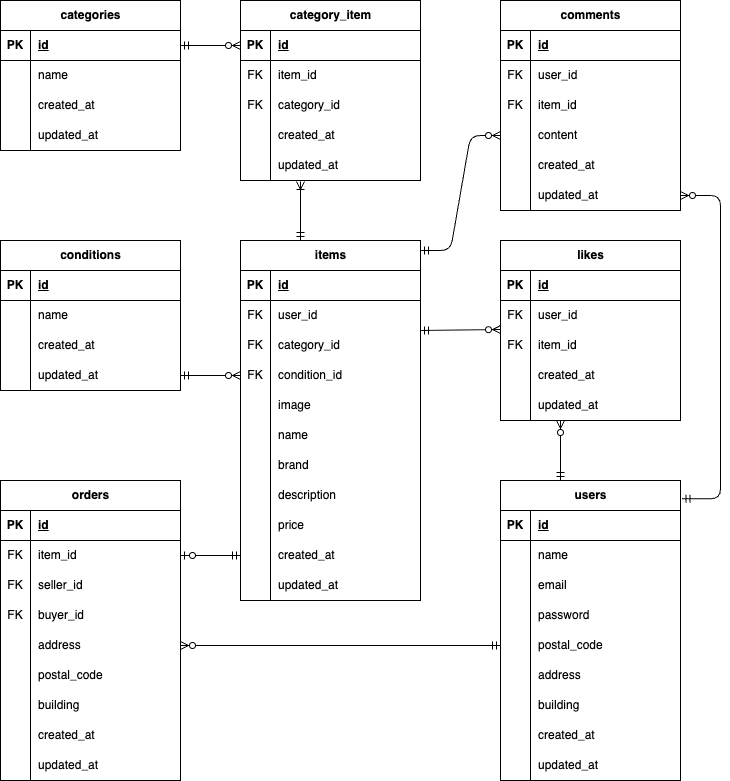
This is docs/er.drawio.png from YumiOotake/coachtech-flea-market-test, a draw.io export, as it was before one commit. Source tidied: cells renumbered, new cells last; positions are measured from the earlier drawing's top-left corner, leaving out a move shared by most shapes.
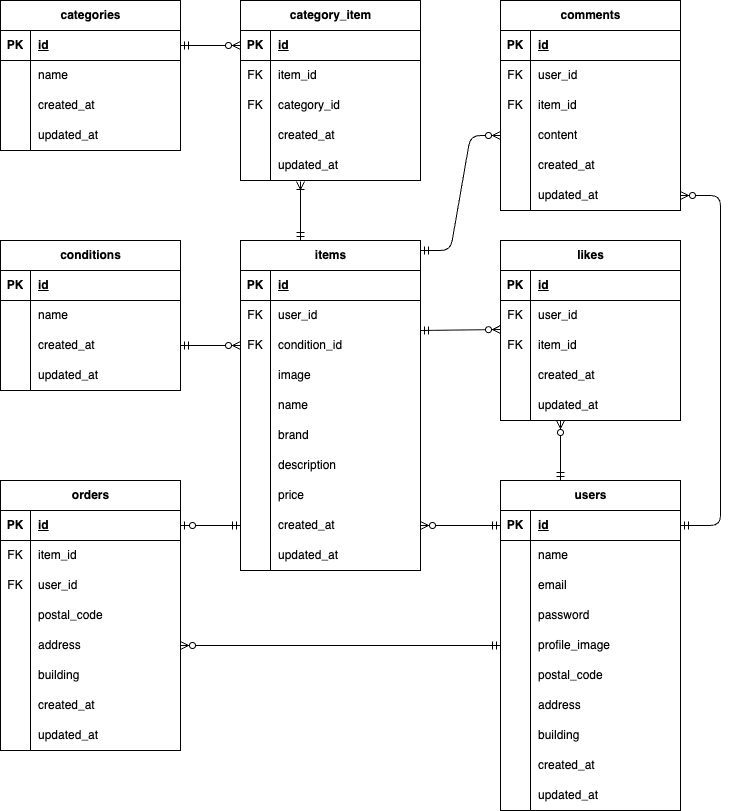
After the commit.

What changed in the source:
```diff
@@ -138,7 +138,7 @@
       <mxGeometry x="30" width="150" height="30" as="geometry" />
     </mxCell>
     <mxCell id="47" value="users" style="shape=table;startSize=30;rowLines=0;fontStyle=1;align=center;html=1;" parent="1" vertex="1">
-      <mxGeometry x="500" y="480" width="180" height="300" as="geometry" />
+      <mxGeometry x="500" y="480" width="180" height="330" as="geometry" />
     </mxCell>
     <mxCell id="48" style="shape=tableRow;horizontal=0;startSize=0;swimlaneHead=0;swimlaneBody=0;fillColor=none;points=[[0,0.5],[1,0.5]];portConstraint=eastwest;top=0;left=0;right=0;bottom=1;" parent="47" vertex="1">
       <mxGeometry y="30" width="180" height="30" as="geometry" />
@@ -182,7 +182,7 @@
     <mxCell id="61" style="shape=partialRectangle;fillColor=none;top=0;left=0;bottom=0;right=0;overflow=hidden;whiteSpace=wrap;html=1;" parent="60" vertex="1">
       <mxGeometry width="30" height="30" as="geometry" />
     </mxCell>
-    <mxCell id="62" value="postal_code" style="shape=partialRectangle;fillColor=none;top=0;left=0;bottom=0;right=0;align=left;spacingLeft=6;overflow=hidden;whiteSpace=wrap;html=1;" parent="60" vertex="1">
+    <mxCell id="62" value="profile_image" style="shape=partialRectangle;fillColor=none;top=0;left=0;bottom=0;right=0;align=left;spacingLeft=6;overflow=hidden;whiteSpace=wrap;html=1;" parent="60" vertex="1">
       <mxGeometry x="30" width="150" height="30" as="geometry" />
     </mxCell>
     <mxCell id="63" style="shape=tableRow;horizontal=0;startSize=0;swimlaneHead=0;swimlaneBody=0;fillColor=none;top=0;left=0;right=0;bottom=0;" parent="47" vertex="1">
@@ -191,7 +191,7 @@
     <mxCell id="64" style="shape=partialRectangle;fillColor=none;top=0;left=0;bottom=0;right=0;overflow=hidden;whiteSpace=wrap;html=1;" parent="63" vertex="1">
       <mxGeometry width="30" height="30" as="geometry" />
     </mxCell>
-    <mxCell id="65" value="address" style="shape=partialRectangle;fillColor=none;top=0;left=0;bottom=0;right=0;align=left;spacingLeft=6;overflow=hidden;whiteSpace=wrap;html=1;" parent="63" vertex="1">
+    <mxCell id="65" value="&lt;span style=&quot;color: rgb(0, 0, 0);&quot;&gt;postal_code&lt;/span&gt;" style="shape=partialRectangle;fillColor=none;top=0;left=0;bottom=0;right=0;align=left;spacingLeft=6;overflow=hidden;whiteSpace=wrap;html=1;" parent="63" vertex="1">
       <mxGeometry x="30" width="150" height="30" as="geometry" />
     </mxCell>
     <mxCell id="66" style="shape=tableRow;horizontal=0;startSize=0;swimlaneHead=0;swimlaneBody=0;fillColor=none;top=0;left=0;right=0;bottom=0;" parent="47" vertex="1">
@@ -200,7 +200,7 @@
     <mxCell id="67" style="shape=partialRectangle;fillColor=none;top=0;left=0;bottom=0;right=0;overflow=hidden;whiteSpace=wrap;html=1;" parent="66" vertex="1">
       <mxGeometry width="30" height="30" as="geometry" />
     </mxCell>
-    <mxCell id="68" value="building" style="shape=partialRectangle;fillColor=none;top=0;left=0;bottom=0;right=0;align=left;spacingLeft=6;overflow=hidden;whiteSpace=wrap;html=1;" parent="66" vertex="1">
+    <mxCell id="68" value="&lt;span style=&quot;color: rgb(0, 0, 0);&quot;&gt;address&lt;/span&gt;" style="shape=partialRectangle;fillColor=none;top=0;left=0;bottom=0;right=0;align=left;spacingLeft=6;overflow=hidden;whiteSpace=wrap;html=1;" parent="66" vertex="1">
       <mxGeometry x="30" width="150" height="30" as="geometry" />
     </mxCell>
     <mxCell id="69" style="shape=tableRow;horizontal=0;startSize=0;swimlaneHead=0;swimlaneBody=0;fillColor=none;top=0;left=0;right=0;bottom=0;" parent="47" vertex="1">
@@ -209,7 +209,7 @@
     <mxCell id="70" style="shape=partialRectangle;fillColor=none;top=0;left=0;bottom=0;right=0;overflow=hidden;whiteSpace=wrap;html=1;" parent="69" vertex="1">
       <mxGeometry width="30" height="30" as="geometry" />
     </mxCell>
-    <mxCell id="71" value="created_at" style="shape=partialRectangle;fillColor=none;top=0;left=0;bottom=0;right=0;align=left;spacingLeft=6;overflow=hidden;whiteSpace=wrap;html=1;" parent="69" vertex="1">
+    <mxCell id="71" value="&lt;span style=&quot;color: rgb(0, 0, 0);&quot;&gt;building&lt;/span&gt;" style="shape=partialRectangle;fillColor=none;top=0;left=0;bottom=0;right=0;align=left;spacingLeft=6;overflow=hidden;whiteSpace=wrap;html=1;" parent="69" vertex="1">
       <mxGeometry x="30" width="150" height="30" as="geometry" />
     </mxCell>
     <mxCell id="72" style="shape=tableRow;horizontal=0;startSize=0;swimlaneHead=0;swimlaneBody=0;fillColor=none;top=0;left=0;right=0;bottom=0;" parent="47" vertex="1">
@@ -218,11 +218,20 @@
     <mxCell id="73" style="shape=partialRectangle;fillColor=none;top=0;left=0;bottom=0;right=0;overflow=hidden;whiteSpace=wrap;html=1;" parent="72" vertex="1">
       <mxGeometry width="30" height="30" as="geometry" />
     </mxCell>
-    <mxCell id="74" value="updated_at" style="shape=partialRectangle;fillColor=none;top=0;left=0;bottom=0;right=0;align=left;spacingLeft=6;overflow=hidden;whiteSpace=wrap;html=1;" parent="72" vertex="1">
+    <mxCell id="74" value="&lt;span style=&quot;color: rgb(0, 0, 0);&quot;&gt;created_at&lt;/span&gt;" style="shape=partialRectangle;fillColor=none;top=0;left=0;bottom=0;right=0;align=left;spacingLeft=6;overflow=hidden;whiteSpace=wrap;html=1;" parent="72" vertex="1">
       <mxGeometry x="30" width="150" height="30" as="geometry" />
     </mxCell>
+    <mxCell id="178" style="shape=tableRow;horizontal=0;startSize=0;swimlaneHead=0;swimlaneBody=0;fillColor=none;top=0;left=0;right=0;bottom=0;" parent="47" vertex="1">
+      <mxGeometry y="300" width="180" height="30" as="geometry" />
+    </mxCell>
+    <mxCell id="179" style="shape=partialRectangle;fillColor=none;top=0;left=0;bottom=0;right=0;overflow=hidden;whiteSpace=wrap;html=1;" parent="178" vertex="1">
+      <mxGeometry width="30" height="30" as="geometry" />
+    </mxCell>
+    <mxCell id="180" value="&lt;span style=&quot;color: rgb(0, 0, 0);&quot;&gt;updated_at&lt;/span&gt;" style="shape=partialRectangle;fillColor=none;top=0;left=0;bottom=0;right=0;align=left;spacingLeft=6;overflow=hidden;whiteSpace=wrap;html=1;" parent="178" vertex="1">
+      <mxGeometry x="30" width="150" height="30" as="geometry" />
+    </mxCell>
     <mxCell id="75" value="items" style="shape=table;startSize=30;rowLines=0;fontStyle=1;align=center;html=1;" parent="1" vertex="1">
-      <mxGeometry x="240" y="240" width="180" height="360" as="geometry" />
+      <mxGeometry x="240" y="240" width="180" height="330" as="geometry" />
     </mxCell>
     <mxCell id="76" style="shape=tableRow;horizontal=0;startSize=0;swimlaneHead=0;swimlaneBody=0;fillColor=none;top=0;left=0;right=0;bottom=1;" parent="75" vertex="1">
       <mxGeometry y="30" width="180" height="30" as="geometry" />
@@ -242,17 +251,8 @@
     <mxCell id="81" value="user_id" style="shape=partialRectangle;fillColor=none;top=0;left=0;bottom=0;right=0;align=left;spacingLeft=6;overflow=hidden;whiteSpace=wrap;html=1;" parent="79" vertex="1">
       <mxGeometry x="30" width="150" height="30" as="geometry" />
     </mxCell>
-    <mxCell id="82" style="shape=tableRow;horizontal=0;startSize=0;swimlaneHead=0;swimlaneBody=0;fillColor=none;top=0;left=0;right=0;bottom=0;" parent="75" vertex="1">
-      <mxGeometry y="90" width="180" height="30" as="geometry" />
-    </mxCell>
-    <mxCell id="83" value="FK" style="shape=partialRectangle;fillColor=none;top=0;left=0;bottom=0;right=0;overflow=hidden;whiteSpace=wrap;html=1;" parent="82" vertex="1">
-      <mxGeometry width="30" height="30" as="geometry" />
-    </mxCell>
-    <mxCell id="84" value="category_id" style="shape=partialRectangle;fillColor=none;top=0;left=0;bottom=0;right=0;align=left;spacingLeft=6;overflow=hidden;whiteSpace=wrap;html=1;" parent="82" vertex="1">
-      <mxGeometry x="30" width="150" height="30" as="geometry" />
-    </mxCell>
     <mxCell id="85" style="shape=tableRow;horizontal=0;startSize=0;swimlaneHead=0;swimlaneBody=0;fillColor=none;points=[[0,0.5],[1,0.5]];portConstraint=eastwest;top=0;left=0;right=0;bottom=0;" parent="75" vertex="1">
-      <mxGeometry y="120" width="180" height="30" as="geometry" />
+      <mxGeometry y="90" width="180" height="30" as="geometry" />
     </mxCell>
     <mxCell id="86" value="FK" style="shape=partialRectangle;fillColor=none;top=0;left=0;bottom=0;right=0;overflow=hidden;whiteSpace=wrap;html=1;" parent="85" vertex="1">
       <mxGeometry width="30" height="30" as="geometry" />
@@ -261,7 +261,7 @@
       <mxGeometry x="30" width="150" height="30" as="geometry" />
     </mxCell>
     <mxCell id="88" style="shape=tableRow;horizontal=0;startSize=0;swimlaneHead=0;swimlaneBody=0;fillColor=none;top=0;left=0;right=0;bottom=0;" parent="75" vertex="1">
-      <mxGeometry y="150" width="180" height="30" as="geometry" />
+      <mxGeometry y="120" width="180" height="30" as="geometry" />
     </mxCell>
     <mxCell id="89" style="shape=partialRectangle;fillColor=none;top=0;left=0;bottom=0;right=0;overflow=hidden;whiteSpace=wrap;html=1;" parent="88" vertex="1">
       <mxGeometry width="30" height="30" as="geometry" />
@@ -270,7 +270,7 @@
       <mxGeometry x="30" width="150" height="30" as="geometry" />
     </mxCell>
     <mxCell id="91" style="shape=tableRow;horizontal=0;startSize=0;swimlaneHead=0;swimlaneBody=0;fillColor=none;top=0;left=0;right=0;bottom=0;" parent="75" vertex="1">
-      <mxGeometry y="180" width="180" height="30" as="geometry" />
+      <mxGeometry y="150" width="180" height="30" as="geometry" />
     </mxCell>
     <mxCell id="92" style="shape=partialRectangle;fillColor=none;top=0;left=0;bottom=0;right=0;overflow=hidden;whiteSpace=wrap;html=1;" parent="91" vertex="1">
       <mxGeometry width="30" height="30" as="geometry" />
@@ -279,7 +279,7 @@
       <mxGeometry x="30" width="150" height="30" as="geometry" />
     </mxCell>
     <mxCell id="94" style="shape=tableRow;horizontal=0;startSize=0;swimlaneHead=0;swimlaneBody=0;fillColor=none;top=0;left=0;right=0;bottom=0;" parent="75" vertex="1">
-      <mxGeometry y="210" width="180" height="30" as="geometry" />
+      <mxGeometry y="180" width="180" height="30" as="geometry" />
     </mxCell>
     <mxCell id="95" style="shape=partialRectangle;fillColor=none;top=0;left=0;bottom=0;right=0;overflow=hidden;whiteSpace=wrap;html=1;" parent="94" vertex="1">
       <mxGeometry width="30" height="30" as="geometry" />
@@ -288,7 +288,7 @@
       <mxGeometry x="30" width="150" height="30" as="geometry" />
     </mxCell>
     <mxCell id="97" style="shape=tableRow;horizontal=0;startSize=0;swimlaneHead=0;swimlaneBody=0;fillColor=none;top=0;left=0;right=0;bottom=0;" parent="75" vertex="1">
-      <mxGeometry y="240" width="180" height="30" as="geometry" />
+      <mxGeometry y="210" width="180" height="30" as="geometry" />
     </mxCell>
     <mxCell id="98" style="shape=partialRectangle;fillColor=none;top=0;left=0;bottom=0;right=0;overflow=hidden;whiteSpace=wrap;html=1;" parent="97" vertex="1">
       <mxGeometry width="30" height="30" as="geometry" />
@@ -297,7 +297,7 @@
       <mxGeometry x="30" width="150" height="30" as="geometry" />
     </mxCell>
     <mxCell id="100" style="shape=tableRow;horizontal=0;startSize=0;swimlaneHead=0;swimlaneBody=0;fillColor=none;top=0;left=0;right=0;bottom=0;" parent="75" vertex="1">
-      <mxGeometry y="270" width="180" height="30" as="geometry" />
+      <mxGeometry y="240" width="180" height="30" as="geometry" />
     </mxCell>
     <mxCell id="101" style="shape=partialRectangle;fillColor=none;top=0;left=0;bottom=0;right=0;overflow=hidden;whiteSpace=wrap;html=1;" parent="100" vertex="1">
       <mxGeometry width="30" height="30" as="geometry" />
@@ -306,7 +306,7 @@
       <mxGeometry x="30" width="150" height="30" as="geometry" />
     </mxCell>
     <mxCell id="103" style="shape=tableRow;horizontal=0;startSize=0;swimlaneHead=0;swimlaneBody=0;fillColor=none;points=[[0,0.5],[1,0.5]];portConstraint=eastwest;top=0;left=0;right=0;bottom=0;" parent="75" vertex="1">
-      <mxGeometry y="300" width="180" height="30" as="geometry" />
+      <mxGeometry y="270" width="180" height="30" as="geometry" />
     </mxCell>
     <mxCell id="104" style="shape=partialRectangle;fillColor=none;top=0;left=0;bottom=0;right=0;overflow=hidden;whiteSpace=wrap;html=1;" parent="103" vertex="1">
       <mxGeometry width="30" height="30" as="geometry" />
@@ -315,7 +315,7 @@
       <mxGeometry x="30" width="150" height="30" as="geometry" />
     </mxCell>
     <mxCell id="106" style="shape=tableRow;horizontal=0;startSize=0;swimlaneHead=0;swimlaneBody=0;fillColor=none;top=0;left=0;right=0;bottom=0;" parent="75" vertex="1">
-      <mxGeometry y="330" width="180" height="30" as="geometry" />
+      <mxGeometry y="300" width="180" height="30" as="geometry" />
     </mxCell>
     <mxCell id="107" style="shape=partialRectangle;fillColor=none;top=0;left=0;bottom=0;right=0;overflow=hidden;whiteSpace=wrap;html=1;" parent="106" vertex="1">
       <mxGeometry width="30" height="30" as="geometry" />
@@ -372,7 +372,7 @@
       <mxGeometry x="30" width="150" height="30" as="geometry" />
     </mxCell>
     <mxCell id="125" value="orders" style="shape=table;startSize=30;rowLines=0;fontStyle=1;align=center;html=1;" parent="1" vertex="1">
-      <mxGeometry y="480" width="180" height="300" as="geometry" />
+      <mxGeometry y="480" width="180" height="270" as="geometry" />
     </mxCell>
     <mxCell id="126" style="shape=tableRow;horizontal=0;startSize=0;swimlaneHead=0;swimlaneBody=0;fillColor=none;points=[[0,0.5],[1,0.5]];portConstraint=eastwest;top=0;left=0;right=0;bottom=1;" parent="125" vertex="1">
       <mxGeometry y="30" width="180" height="30" as="geometry" />
@@ -398,38 +398,29 @@
     <mxCell id="133" value="FK" style="shape=partialRectangle;fillColor=none;top=0;left=0;bottom=0;right=0;overflow=hidden;whiteSpace=wrap;html=1;" parent="132" vertex="1">
       <mxGeometry width="30" height="30" as="geometry" />
     </mxCell>
-    <mxCell id="134" value="seller_id" style="shape=partialRectangle;fillColor=none;top=0;left=0;bottom=0;right=0;align=left;spacingLeft=6;overflow=hidden;whiteSpace=wrap;html=1;" parent="132" vertex="1">
+    <mxCell id="134" value="user_id" style="shape=partialRectangle;fillColor=none;top=0;left=0;bottom=0;right=0;align=left;spacingLeft=6;overflow=hidden;whiteSpace=wrap;html=1;" parent="132" vertex="1">
       <mxGeometry x="30" width="150" height="30" as="geometry" />
     </mxCell>
-    <mxCell id="135" style="shape=tableRow;horizontal=0;startSize=0;swimlaneHead=0;swimlaneBody=0;fillColor=none;top=0;left=0;right=0;bottom=0;" parent="125" vertex="1">
-      <mxGeometry y="120" width="180" height="30" as="geometry" />
-    </mxCell>
-    <mxCell id="136" value="FK" style="shape=partialRectangle;fillColor=none;top=0;left=0;bottom=0;right=0;overflow=hidden;whiteSpace=wrap;html=1;" parent="135" vertex="1">
-      <mxGeometry width="30" height="30" as="geometry" />
-    </mxCell>
-    <mxCell id="137" value="buyer_id" style="shape=partialRectangle;fillColor=none;top=0;left=0;bottom=0;right=0;align=left;spacingLeft=6;overflow=hidden;whiteSpace=wrap;html=1;" parent="135" vertex="1">
-      <mxGeometry x="30" width="150" height="30" as="geometry" />
-    </mxCell>
     <mxCell id="138" style="shape=tableRow;horizontal=0;startSize=0;swimlaneHead=0;swimlaneBody=0;fillColor=none;points=[[0,0.5],[1,0.5]];portConstraint=eastwest;top=0;left=0;right=0;bottom=0;" parent="125" vertex="1">
-      <mxGeometry y="150" width="180" height="30" as="geometry" />
+      <mxGeometry y="120" width="180" height="30" as="geometry" />
     </mxCell>
     <mxCell id="139" style="shape=partialRectangle;fillColor=none;top=0;left=0;bottom=0;right=0;overflow=hidden;whiteSpace=wrap;html=1;" parent="138" vertex="1">
       <mxGeometry width="30" height="30" as="geometry" />
     </mxCell>
-    <mxCell id="140" value="address" style="shape=partialRectangle;fillColor=none;top=0;left=0;bottom=0;right=0;align=left;spacingLeft=6;overflow=hidden;whiteSpace=wrap;html=1;" parent="138" vertex="1">
+    <mxCell id="140" value="&lt;span style=&quot;color: rgb(0, 0, 0);&quot;&gt;postal_code&lt;/span&gt;" style="shape=partialRectangle;fillColor=none;top=0;left=0;bottom=0;right=0;align=left;spacingLeft=6;overflow=hidden;whiteSpace=wrap;html=1;" parent="138" vertex="1">
       <mxGeometry x="30" width="150" height="30" as="geometry" />
     </mxCell>
     <mxCell id="141" style="shape=tableRow;horizontal=0;startSize=0;swimlaneHead=0;swimlaneBody=0;fillColor=none;points=[[0,0.5],[1,0.5]];portConstraint=eastwest;top=0;left=0;right=0;bottom=0;" parent="125" vertex="1">
-      <mxGeometry y="180" width="180" height="30" as="geometry" />
+      <mxGeometry y="150" width="180" height="30" as="geometry" />
     </mxCell>
     <mxCell id="142" style="shape=partialRectangle;fillColor=none;top=0;left=0;bottom=0;right=0;overflow=hidden;whiteSpace=wrap;html=1;" parent="141" vertex="1">
       <mxGeometry width="30" height="30" as="geometry" />
     </mxCell>
-    <mxCell id="143" value="postal_code" style="shape=partialRectangle;fillColor=none;top=0;left=0;bottom=0;right=0;align=left;spacingLeft=6;overflow=hidden;whiteSpace=wrap;html=1;" parent="141" vertex="1">
+    <mxCell id="143" value="address" style="shape=partialRectangle;fillColor=none;top=0;left=0;bottom=0;right=0;align=left;spacingLeft=6;overflow=hidden;whiteSpace=wrap;html=1;" parent="141" vertex="1">
       <mxGeometry x="30" width="150" height="30" as="geometry" />
     </mxCell>
     <mxCell id="144" style="shape=tableRow;horizontal=0;startSize=0;swimlaneHead=0;swimlaneBody=0;fillColor=none;top=0;left=0;right=0;bottom=0;" parent="125" vertex="1">
-      <mxGeometry y="210" width="180" height="30" as="geometry" />
+      <mxGeometry y="180" width="180" height="30" as="geometry" />
     </mxCell>
     <mxCell id="145" style="shape=partialRectangle;fillColor=none;top=0;left=0;bottom=0;right=0;overflow=hidden;whiteSpace=wrap;html=1;" parent="144" vertex="1">
       <mxGeometry width="30" height="30" as="geometry" />
@@ -438,7 +429,7 @@
       <mxGeometry x="30" width="150" height="30" as="geometry" />
     </mxCell>
     <mxCell id="147" style="shape=tableRow;horizontal=0;startSize=0;swimlaneHead=0;swimlaneBody=0;fillColor=none;top=0;left=0;right=0;bottom=0;" parent="125" vertex="1">
-      <mxGeometry y="240" width="180" height="30" as="geometry" />
+      <mxGeometry y="210" width="180" height="30" as="geometry" />
     </mxCell>
     <mxCell id="148" style="shape=partialRectangle;fillColor=none;top=0;left=0;bottom=0;right=0;overflow=hidden;whiteSpace=wrap;html=1;" parent="147" vertex="1">
       <mxGeometry width="30" height="30" as="geometry" />
@@ -447,7 +438,7 @@
       <mxGeometry x="30" width="150" height="30" as="geometry" />
     </mxCell>
     <mxCell id="150" style="shape=tableRow;horizontal=0;startSize=0;swimlaneHead=0;swimlaneBody=0;fillColor=none;top=0;left=0;right=0;bottom=0;" parent="125" vertex="1">
-      <mxGeometry y="270" width="180" height="30" as="geometry" />
+      <mxGeometry y="240" width="180" height="30" as="geometry" />
     </mxCell>
     <mxCell id="151" style="shape=partialRectangle;fillColor=none;top=0;left=0;bottom=0;right=0;overflow=hidden;whiteSpace=wrap;html=1;" parent="150" vertex="1">
       <mxGeometry width="30" height="30" as="geometry" />
@@ -458,7 +449,7 @@
     <mxCell id="153" style="fontSize=12;html=1;endArrow=ERzeroToMany;startArrow=ERmandOne;entryX=0;entryY=0.5;entryDx=0;entryDy=0;exitX=1;exitY=0.5;exitDx=0;exitDy=0;edgeStyle=orthogonalEdgeStyle;elbow=vertical;" parent="1" edge="1" source="3" target="156">
       <mxGeometry relative="1" as="geometry" />
     </mxCell>
-    <mxCell id="154" style="fontSize=12;html=1;endArrow=ERzeroToMany;startArrow=ERmandOne;exitX=0;exitY=0.5;exitDx=0;exitDy=0;entryX=1;entryY=0.5;entryDx=0;entryDy=0;" parent="1" edge="1" source="60" target="138">
+    <mxCell id="154" style="fontSize=12;html=1;endArrow=ERzeroToMany;startArrow=ERmandOne;exitX=0;exitY=0.5;exitDx=0;exitDy=0;entryX=1;entryY=0.5;entryDx=0;entryDy=0;" parent="1" edge="1" source="60" target="141">
       <mxGeometry relative="1" as="geometry" />
     </mxCell>
     <mxCell id="155" value="category_item" style="shape=table;startSize=30;rowLines=0;fontStyle=1;align=center;html=1;" parent="1" vertex="1">
@@ -526,14 +517,13 @@
         <mxPoint x="560" y="420" as="targetPoint" />
       </mxGeometry>
     </mxCell>
-    <mxCell id="174" style="fontSize=12;html=1;endArrow=ERzeroToMany;startArrow=ERmandOne;exitX=1;exitY=0.5;exitDx=0;exitDy=0;entryX=0;entryY=0.5;entryDx=0;entryDy=0;" parent="1" edge="1" source="25" target="85">
+    <mxCell id="174" style="fontSize=12;html=1;endArrow=ERzeroToMany;startArrow=ERmandOne;exitX=1;exitY=0.5;exitDx=0;exitDy=0;entryX=0;entryY=0.5;entryDx=0;entryDy=0;" parent="1" edge="1" source="22" target="85">
       <mxGeometry relative="1" as="geometry" />
     </mxCell>
-    <mxCell id="175" style="fontSize=12;html=1;endArrow=ERzeroToMany;startArrow=ERmandOne;entryX=1;entryY=0.5;entryDx=0;entryDy=0;exitX=1.009;exitY=0.061;exitDx=0;exitDy=0;exitPerimeter=0;edgeStyle=orthogonalEdgeStyle;" parent="1" edge="1" source="47" target="44">
+    <mxCell id="175" style="fontSize=12;html=1;endArrow=ERzeroToMany;startArrow=ERmandOne;entryX=1;entryY=0.5;entryDx=0;entryDy=0;edgeStyle=elbowEdgeStyle;exitX=1;exitY=0.5;exitDx=0;exitDy=0;" parent="1" edge="1" source="48" target="44">
       <mxGeometry relative="1" as="geometry">
         <Array as="points">
-          <mxPoint x="720" y="498" />
-          <mxPoint x="720" y="195" />
+          <mxPoint x="720" y="360" />
         </Array>
       </mxGeometry>
     </mxCell>
@@ -543,8 +533,11 @@
         <mxPoint x="300" y="181" as="targetPoint" />
       </mxGeometry>
     </mxCell>
-    <mxCell id="177" style="edgeStyle=entityRelationEdgeStyle;fontSize=12;html=1;endArrow=ERzeroToOne;startArrow=ERmandOne;exitX=0;exitY=0.5;exitDx=0;exitDy=0;entryX=1;entryY=0.5;entryDx=0;entryDy=0;" parent="1" edge="1" source="103" target="129">
+    <mxCell id="177" style="edgeStyle=entityRelationEdgeStyle;fontSize=12;html=1;endArrow=ERzeroToOne;startArrow=ERmandOne;exitX=0;exitY=0.5;exitDx=0;exitDy=0;entryX=1;entryY=0.5;entryDx=0;entryDy=0;" parent="1" edge="1" source="103" target="126">
       <mxGeometry relative="1" as="geometry" />
     </mxCell>
+    <mxCell id="181" style="fontSize=12;html=1;endArrow=ERzeroToMany;startArrow=ERmandOne;exitX=0;exitY=0.5;exitDx=0;exitDy=0;entryX=1;entryY=0.5;entryDx=0;entryDy=0;" parent="1" edge="1" source="48" target="103">
+      <mxGeometry relative="1" as="geometry" />
+    </mxCell>
   </root>
 </mxGraphModel>
```
